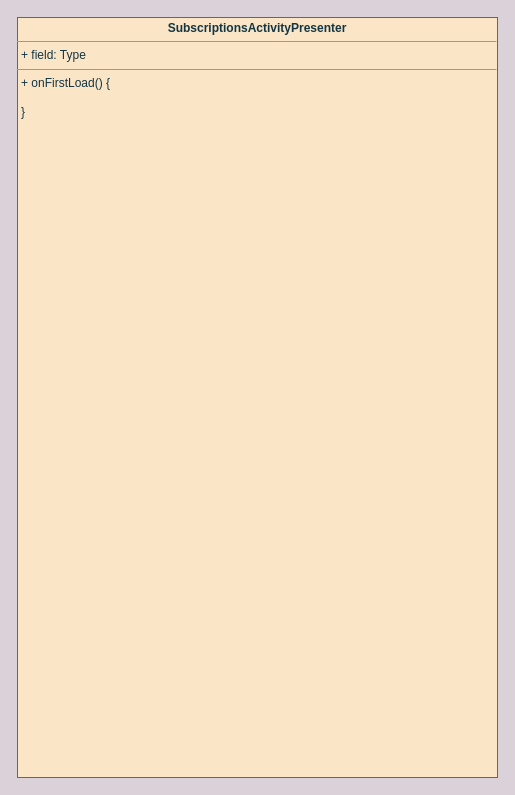
Above: UNI-16879.drawio in ShiryaevNikolay/diagrams (draw.io), before the change. Source tidied: cells renumbered, new cells numbered last; positions are measured from the earlier drawing's top-left corner, leaving out a move shared by most shapes. Both pictures are drawn from the tidied source at 100%, with x=0, y=0 at pixel (17, 17).
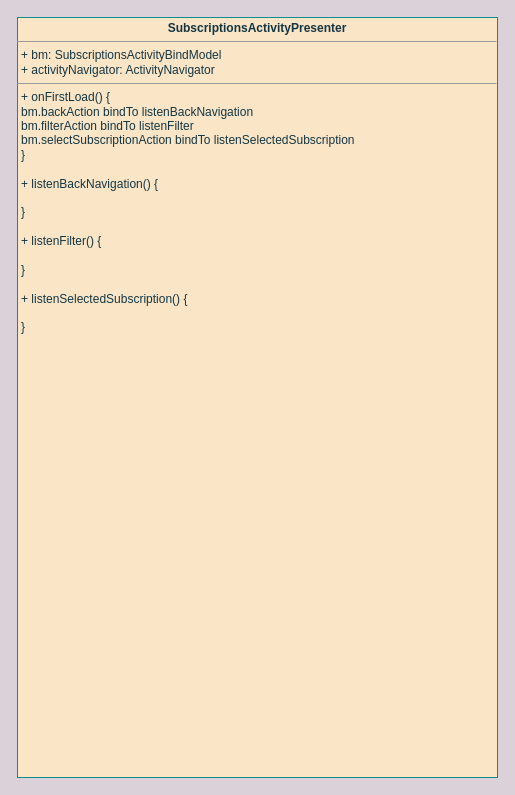
The same diagram, later.

Diff of the diagram source:
```diff
@@
 <mxGraphModel background="#DAD2D8">
   <root>
     <mxCell id="0" />
     <mxCell id="1" parent="0" />
-    <mxCell id="2" value="&lt;p style=&quot;margin:0px;margin-top:4px;text-align:center;&quot;&gt;&lt;b&gt;SubscriptionsActivityPresenter&lt;/b&gt;&lt;/p&gt;&lt;hr size=&quot;1&quot;&gt;&lt;p style=&quot;margin:0px;margin-left:4px;&quot;&gt;+ field: Type&lt;/p&gt;&lt;hr size=&quot;1&quot;&gt;&lt;p style=&quot;margin:0px;margin-left:4px;&quot;&gt;+ onFirstLoad() {&lt;/p&gt;&lt;p style=&quot;margin:0px;margin-left:4px;&quot;&gt;&lt;br&gt;&lt;/p&gt;&lt;p style=&quot;margin:0px;margin-left:4px;&quot;&gt;}&lt;br&gt;&lt;/p&gt;" style="verticalAlign=top;align=left;overflow=fill;fontSize=12;fontFamily=Helvetica;html=1;rounded=0;sketch=0;fontColor=#143642;strokeColor=#0F8B8D;fillColor=#FAE5C7;" parent="1" vertex="1">
+    <mxCell id="2" value="&lt;p style=&quot;margin:0px;margin-top:4px;text-align:center;&quot;&gt;&lt;b&gt;SubscriptionsActivityPresenter&lt;/b&gt;&lt;/p&gt;&lt;hr size=&quot;1&quot;&gt;&lt;p style=&quot;margin:0px;margin-left:4px;&quot;&gt;+ bm: SubscriptionsActivityBindModel&lt;/p&gt;&lt;p style=&quot;margin:0px;margin-left:4px;&quot;&gt;+ activityNavigator: ActivityNavigator&lt;br&gt;&lt;/p&gt;&lt;hr size=&quot;1&quot;&gt;&lt;p style=&quot;margin:0px;margin-left:4px;&quot;&gt;+ onFirstLoad() {&lt;/p&gt;&lt;p style=&quot;margin:0px;margin-left:4px;&quot;&gt;bm.backAction bindTo listenBackNavigation&lt;/p&gt;&lt;p style=&quot;margin:0px;margin-left:4px;&quot;&gt;bm.filterAction bindTo listenFilter&lt;/p&gt;&lt;p style=&quot;margin:0px;margin-left:4px;&quot;&gt;bm.selectSubscriptionAction bindTo listenSelectedSubscription&lt;/p&gt;&lt;p style=&quot;margin:0px;margin-left:4px;&quot;&gt;}&lt;/p&gt;&lt;p style=&quot;margin:0px;margin-left:4px;&quot;&gt;&lt;br&gt;&lt;/p&gt;&lt;p style=&quot;margin:0px;margin-left:4px;&quot;&gt;+ listenBackNavigation() {&lt;/p&gt;&lt;p style=&quot;margin:0px;margin-left:4px;&quot;&gt;&lt;br&gt;&lt;/p&gt;&lt;p style=&quot;margin:0px;margin-left:4px;&quot;&gt;}&lt;/p&gt;&lt;p style=&quot;margin:0px;margin-left:4px;&quot;&gt;&lt;br&gt;&lt;/p&gt;&lt;p style=&quot;margin:0px;margin-left:4px;&quot;&gt;+ listenFilter() {&lt;/p&gt;&lt;p style=&quot;margin:0px;margin-left:4px;&quot;&gt;&lt;br&gt;&lt;/p&gt;&lt;p style=&quot;margin:0px;margin-left:4px;&quot;&gt;}&lt;/p&gt;&lt;p style=&quot;margin:0px;margin-left:4px;&quot;&gt;&lt;br&gt;&lt;/p&gt;&lt;p style=&quot;margin:0px;margin-left:4px;&quot;&gt;+ listenSelectedSubscription() {&lt;/p&gt;&lt;p style=&quot;margin:0px;margin-left:4px;&quot;&gt;&lt;br&gt;&lt;/p&gt;&lt;p style=&quot;margin:0px;margin-left:4px;&quot;&gt;}&lt;br&gt;&lt;/p&gt;" style="verticalAlign=top;align=left;overflow=fill;fontSize=12;fontFamily=Helvetica;html=1;rounded=0;sketch=0;fontColor=#143642;strokeColor=#0F8B8D;fillColor=#FAE5C7;" parent="1" vertex="1">
       <mxGeometry width="480" height="760" as="geometry" />
     </mxCell>
   </root>
 </mxGraphModel>
```
